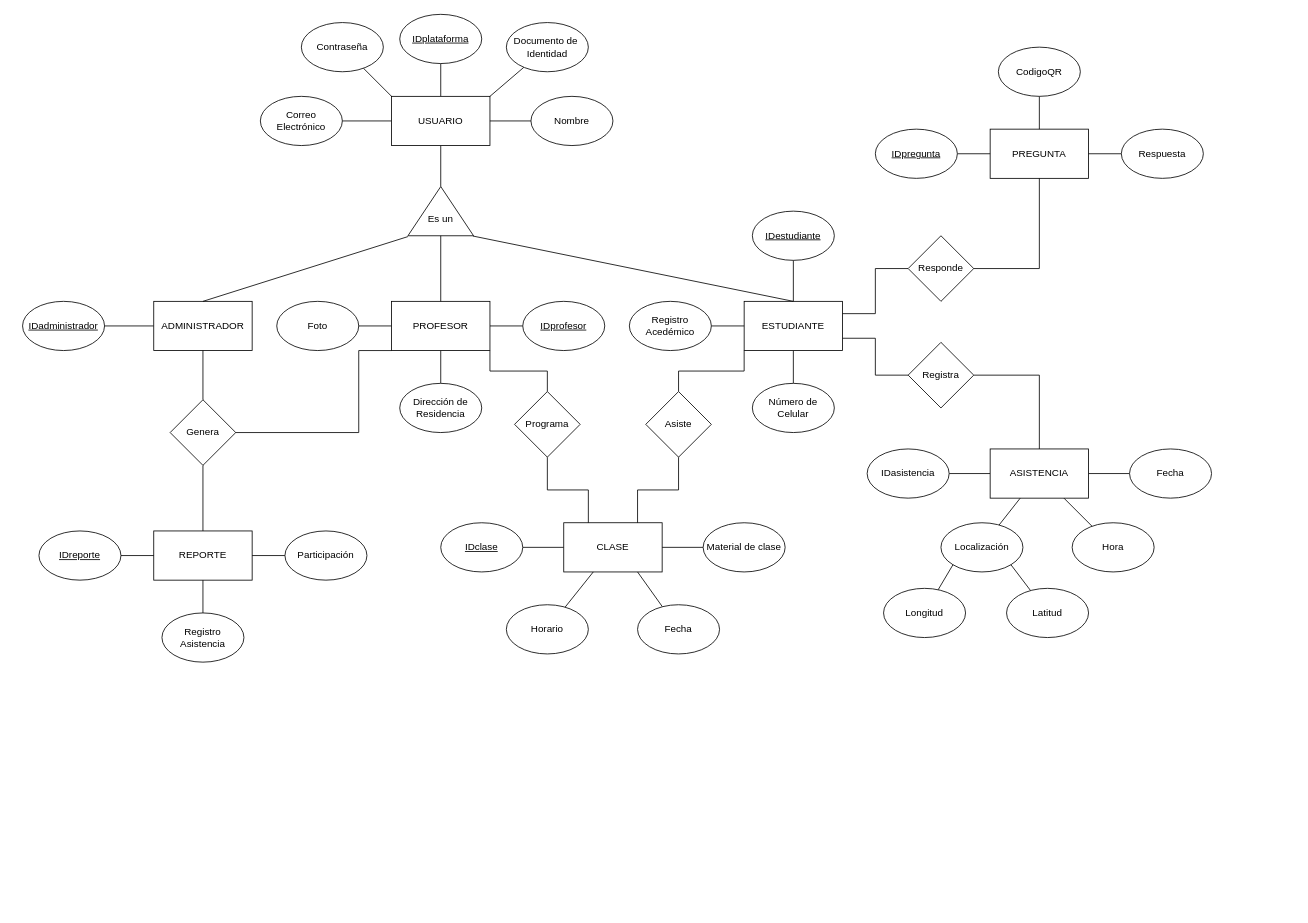
Above: Attenzio Entidad-Relación.drawio in 18luisc/Attenzio (draw.io), before the change. Source tidied: cells renumbered, new cells numbered last; positions are measured from the earlier drawing's top-left corner, leaving out a move shared by most shapes. Both pictures are drawn from the tidied source at 82%, with x=0, y=0 at pixel (22, 14).
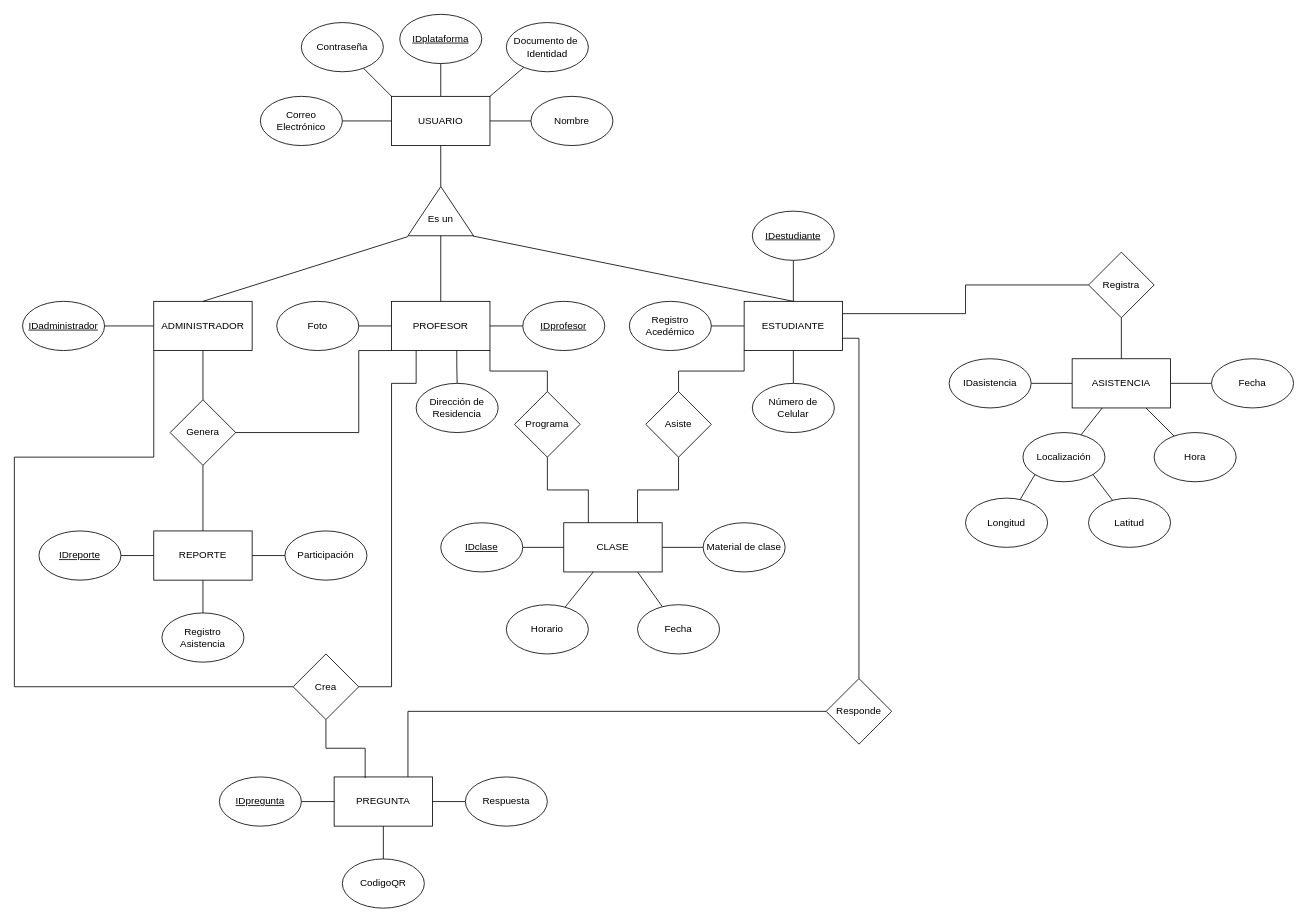
After the change.

Commit message:
Actualización de relaciones entre entidades

Unchanged cells that the change refers to:
```xml
<mxCell id="8" value="ESTUDIANTE" style="rounded=0;whiteSpace=wrap;html=1;" parent="1" vertex="1">
  <mxGeometry x="880" y="350" width="120" height="60" as="geometry" />
</mxCell>
<mxCell id="12" value="PROFESOR" style="rounded=0;whiteSpace=wrap;html=1;" parent="1" vertex="1">
  <mxGeometry x="450" y="350" width="120" height="60" as="geometry" />
</mxCell>
<mxCell id="14" value="ADMINISTRADOR" style="rounded=0;whiteSpace=wrap;html=1;" parent="1" vertex="1">
  <mxGeometry x="160" y="350" width="120" height="60" as="geometry" />
</mxCell>
```

The edit, as a diff of the source:
```diff
@@
-    <mxCell id="11" style="edgeStyle=orthogonalEdgeStyle;rounded=0;jettySize=auto;html=1;endArrow=none;endFill=0;" parent="1" edge="1" source="12" target="33">
+    <mxCell id="11" style="edgeStyle=orthogonalEdgeStyle;rounded=0;jettySize=auto;html=1;endArrow=none;endFill=0;exitX=0.663;exitY=0.964;exitDx=0;exitDy=0;exitPerimeter=0;" parent="1" edge="1" source="12" target="33">
       <mxGeometry relative="1" as="geometry" />
     </mxCell>
@@
     <mxCell id="19" value="ASISTENCIA" style="rounded=0;whiteSpace=wrap;html=1;" parent="1" vertex="1">
-      <mxGeometry x="1180" y="530" width="120" height="60" as="geometry" />
+      <mxGeometry x="1280" y="420" width="120" height="60" as="geometry" />
     </mxCell>
     <mxCell id="20" value="PREGUNTA" style="rounded=0;whiteSpace=wrap;html=1;" parent="1" vertex="1">
-      <mxGeometry x="1180" y="140" width="120" height="60" as="geometry" />
+      <mxGeometry x="380" y="930" width="120" height="60" as="geometry" />
     </mxCell>
@@
     <mxCell id="33" value="Dirección de Residencia" style="ellipse;whiteSpace=wrap;html=1;" parent="1" vertex="1">
-      <mxGeometry x="460" y="450" width="100" height="60" as="geometry" />
+      <mxGeometry x="480" y="450" width="100" height="60" as="geometry" />
     </mxCell>
@@
     <mxCell id="45" value="Fecha" style="ellipse;whiteSpace=wrap;html=1;" parent="1" vertex="1">
-      <mxGeometry x="1350" y="530" width="100" height="60" as="geometry" />
+      <mxGeometry x="1450" y="420" width="100" height="60" as="geometry" />
     </mxCell>
@@
     <mxCell id="47" value="Hora" style="ellipse;whiteSpace=wrap;html=1;" parent="1" vertex="1">
-      <mxGeometry x="1280" y="620" width="100" height="60" as="geometry" />
+      <mxGeometry x="1380" y="510" width="100" height="60" as="geometry" />
     </mxCell>
@@
     <mxCell id="49" value="Localización" style="ellipse;whiteSpace=wrap;html=1;" parent="1" vertex="1">
-      <mxGeometry x="1120" y="620" width="100" height="60" as="geometry" />
+      <mxGeometry x="1220" y="510" width="100" height="60" as="geometry" />
     </mxCell>
@@
     <mxCell id="51" value="Longitud" style="ellipse;whiteSpace=wrap;html=1;" parent="1" vertex="1">
-      <mxGeometry x="1050" y="700" width="100" height="60" as="geometry" />
+      <mxGeometry x="1150" y="590" width="100" height="60" as="geometry" />
     </mxCell>
@@
     <mxCell id="53" value="Latitud" style="ellipse;whiteSpace=wrap;html=1;" parent="1" vertex="1">
-      <mxGeometry x="1200" y="700" width="100" height="60" as="geometry" />
+      <mxGeometry x="1300" y="590" width="100" height="60" as="geometry" />
     </mxCell>
     <mxCell id="54" value="IDasistencia" style="ellipse;whiteSpace=wrap;html=1;" parent="1" vertex="1">
-      <mxGeometry x="1030" y="530" width="100" height="60" as="geometry" />
+      <mxGeometry x="1130" y="420" width="100" height="60" as="geometry" />
     </mxCell>
@@
     <mxCell id="56" value="Respuesta" style="ellipse;whiteSpace=wrap;html=1;" parent="1" vertex="1">
-      <mxGeometry x="1340" y="140" width="100" height="60" as="geometry" />
+      <mxGeometry x="540" y="930" width="100" height="60" as="geometry" />
     </mxCell>
@@
     <mxCell id="58" value="CodigoQR" style="ellipse;whiteSpace=wrap;html=1;" parent="1" vertex="1">
-      <mxGeometry x="1190" y="40" width="100" height="60" as="geometry" />
+      <mxGeometry x="390" y="1030" width="100" height="60" as="geometry" />
     </mxCell>
@@
     <mxCell id="60" value="&lt;u&gt;IDpregunta&lt;/u&gt;" style="ellipse;whiteSpace=wrap;html=1;" parent="1" vertex="1">
-      <mxGeometry x="1040" y="140" width="100" height="60" as="geometry" />
+      <mxGeometry x="240" y="930" width="100" height="60" as="geometry" />
     </mxCell>
@@
-    <mxCell id="72" style="rounded=0;jettySize=auto;html=1;endArrow=none;endFill=0;edgeStyle=orthogonalEdgeStyle;entryX=1;entryY=0.75;entryDx=0;entryDy=0;" parent="1" edge="1" source="74" target="8">
+    <mxCell id="72" style="rounded=0;jettySize=auto;html=1;endArrow=none;endFill=0;edgeStyle=orthogonalEdgeStyle;entryX=1;entryY=0.25;entryDx=0;entryDy=0;" parent="1" edge="1" source="74" target="8">
       <mxGeometry relative="1" as="geometry" />
     </mxCell>
@@
     <mxCell id="74" value="Registra" style="rhombus;whiteSpace=wrap;html=1;" parent="1" vertex="1">
-      <mxGeometry x="1080" y="400" width="80" height="80" as="geometry" />
+      <mxGeometry x="1300" y="290" width="80" height="80" as="geometry" />
     </mxCell>
@@
-    <mxCell id="81" style="edgeStyle=orthogonalEdgeStyle;rounded=0;jettySize=auto;html=1;endArrow=none;endFill=0;" parent="1" edge="1" source="83" target="20">
+    <mxCell id="81" style="edgeStyle=orthogonalEdgeStyle;rounded=0;jettySize=auto;html=1;endArrow=none;endFill=0;entryX=0.75;entryY=0;entryDx=0;entryDy=0;" parent="1" edge="1" source="83" target="20">
       <mxGeometry relative="1" as="geometry" />
     </mxCell>
-    <mxCell id="82" style="edgeStyle=orthogonalEdgeStyle;rounded=0;jettySize=auto;html=1;endArrow=none;endFill=0;entryX=1;entryY=0.25;entryDx=0;entryDy=0;" parent="1" edge="1" source="83" target="8">
+    <mxCell id="82" style="edgeStyle=orthogonalEdgeStyle;rounded=0;jettySize=auto;html=1;endArrow=none;endFill=0;entryX=1;entryY=0.75;entryDx=0;entryDy=0;" parent="1" edge="1" source="83" target="8">
       <mxGeometry relative="1" as="geometry" />
     </mxCell>
     <mxCell id="83" value="Responde" style="rhombus;whiteSpace=wrap;html=1;" parent="1" vertex="1">
-      <mxGeometry x="1080" y="270" width="80" height="80" as="geometry" />
+      <mxGeometry x="980" y="810" width="80" height="80" as="geometry" />
     </mxCell>
@@
+    <mxCell id="88" style="edgeStyle=orthogonalEdgeStyle;rounded=0;jettySize=auto;html=1;endArrow=none;endFill=0;entryX=0.315;entryY=0.023;entryDx=0;entryDy=0;entryPerimeter=0;" parent="1" edge="1" source="89" target="20">
+      <mxGeometry relative="1" as="geometry" />
+    </mxCell>
+    <mxCell id="89" value="Crea" style="rhombus;whiteSpace=wrap;html=1;" parent="1" vertex="1">
+      <mxGeometry x="330" y="780" width="80" height="80" as="geometry" />
+    </mxCell>
+    <mxCell id="90" style="endArrow=none;html=1;rounded=0;exitX=0;exitY=0.5;exitDx=0;exitDy=0;entryX=0;entryY=1;entryDx=0;entryDy=0;edgeStyle=orthogonalEdgeStyle;" parent="1" edge="1" source="89" target="14">
+      <mxGeometry relative="1" as="geometry">
+        <Array as="points">
+          <mxPoint x="-10" y="820" />
+          <mxPoint x="-10" y="540" />
+          <mxPoint x="160" y="540" />
+        </Array>
+      </mxGeometry>
+    </mxCell>
+    <mxCell id="91" style="endArrow=none;html=1;rounded=0;exitX=1;exitY=0.5;exitDx=0;exitDy=0;edgeStyle=orthogonalEdgeStyle;" parent="1" edge="1" source="89">
+      <mxGeometry relative="1" as="geometry">
+        <mxPoint x="480" y="410" as="targetPoint" />
+        <Array as="points">
+          <mxPoint x="450" y="820" />
+          <mxPoint x="450" y="450" />
+          <mxPoint x="480" y="450" />
+        </Array>
+      </mxGeometry>
+    </mxCell>
```
